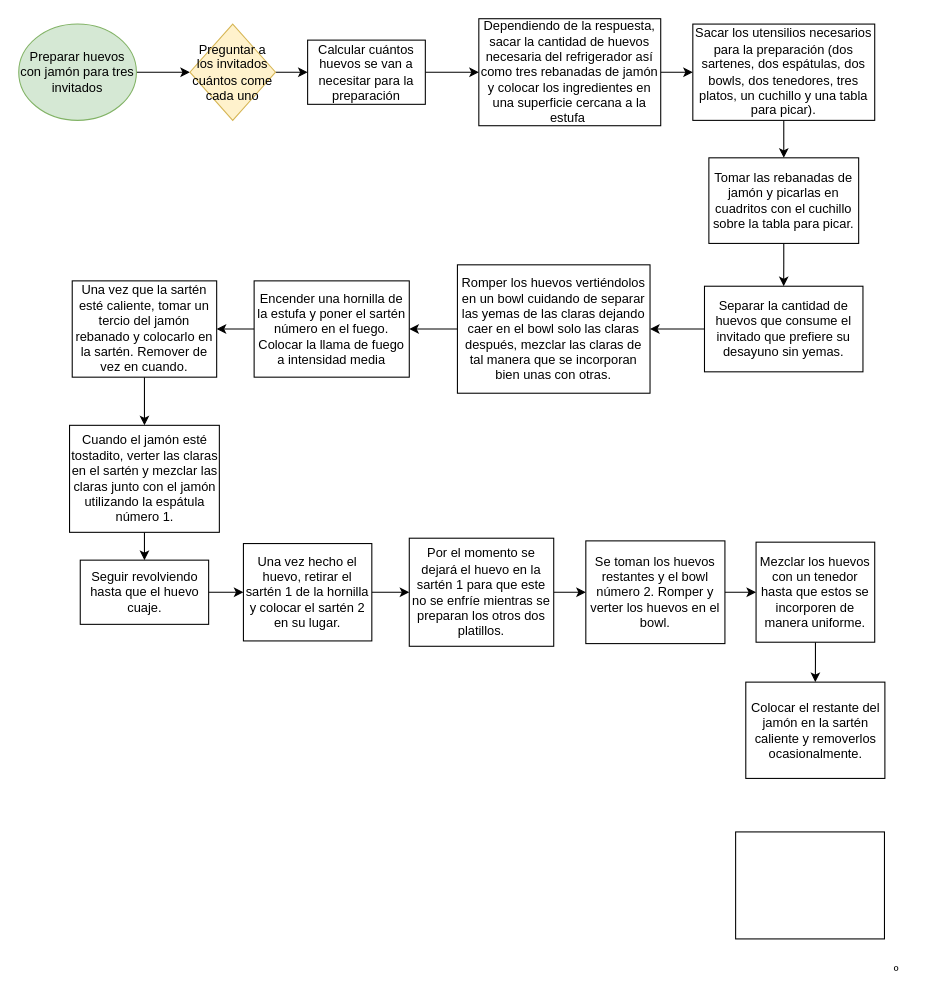
Before: Untitled Diagram.drawio in missphoneme/ejercicios-kodemia, a draw.io diagram. Source tidied: cells renumbered, new cells numbered last; positions are measured from the earlier drawing's top-left corner, leaving out a move shared by most shapes. Both pictures are drawn from the tidied source at 107%, with x=0, y=0 at pixel (18, 18).
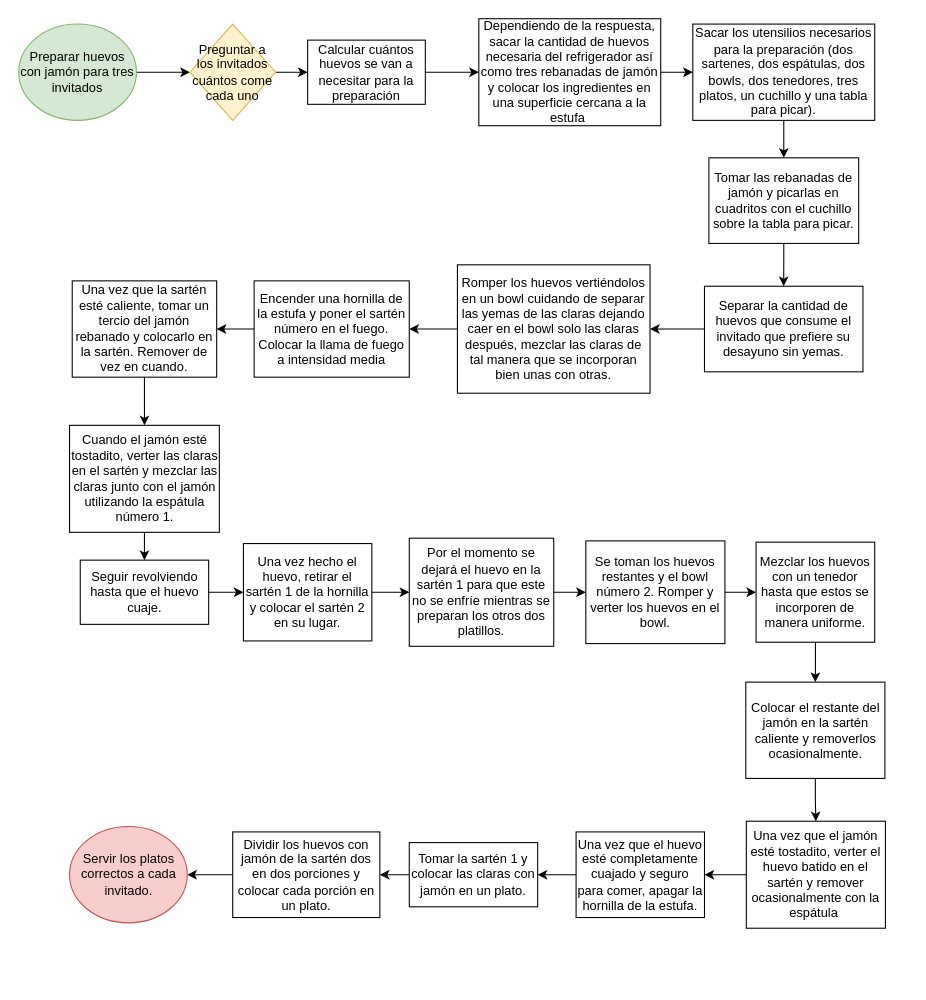
Above is the later version.

The change refers to these unchanged cells:
```xml
<mxCell id="35" value="Colocar el restante del jamón en la sartén caliente y removerlos ocasionalmente." style="rounded=0;whiteSpace=wrap;html=1;" parent="1" vertex="1">
  <mxGeometry x="679.5" y="620" width="130" height="90" as="geometry" />
</mxCell>
```

What changed in the source:
```diff
@@
-    <mxCell id="2" value="º" style="text;html=1;align=center;verticalAlign=middle;" parent="1" vertex="1">
-      <mxGeometry x="810" y="880" width="20" height="20" as="geometry" />
-    </mxCell>
@@
+    <mxCell id="37" style="edgeStyle=orthogonalEdgeStyle;rounded=0;jettySize=auto;html=1;entryX=0.5;entryY=0;entryDx=0;entryDy=0;" parent="1" edge="1" source="35" target="36">
+      <mxGeometry relative="1" as="geometry" />
+    </mxCell>
@@
+    <mxCell id="38" style="edgeStyle=orthogonalEdgeStyle;rounded=0;jettySize=auto;html=1;" parent="1" edge="1" source="36" target="40">
+      <mxGeometry relative="1" as="geometry" />
+    </mxCell>
-    <mxCell id="36" style="rounded=0;whiteSpace=wrap;html=1;" parent="1" vertex="1">
-      <mxGeometry x="670" y="760" width="139.1" height="100" as="geometry" />
+    <mxCell id="36" value="Una vez que el jamón esté tostadito, verter el huevo batido en el sartén y remover ocasionalmente con la espátula&amp;nbsp;" style="rounded=0;whiteSpace=wrap;html=1;" parent="1" vertex="1">
+      <mxGeometry x="680" y="750" width="130" height="100" as="geometry" />
     </mxCell>
+    <mxCell id="39" style="edgeStyle=orthogonalEdgeStyle;rounded=0;jettySize=auto;html=1;entryX=1;entryY=0.5;entryDx=0;entryDy=0;" parent="1" edge="1" source="40" target="42">
+      <mxGeometry relative="1" as="geometry" />
+    </mxCell>
+    <mxCell id="40" value="Una vez que el huevo esté completamente cuajado y seguro para comer, apagar la hornilla de la estufa." style="rounded=0;whiteSpace=wrap;html=1;" parent="1" vertex="1">
+      <mxGeometry x="520.9" y="760" width="120" height="80" as="geometry" />
+    </mxCell>
+    <mxCell id="41" style="edgeStyle=orthogonalEdgeStyle;rounded=0;jettySize=auto;html=1;" parent="1" edge="1" source="42" target="44">
+      <mxGeometry relative="1" as="geometry" />
+    </mxCell>
+    <mxCell id="42" value="Tomar la sartén 1 y colocar las claras con jamón en un plato." style="rounded=0;whiteSpace=wrap;html=1;" parent="1" vertex="1">
+      <mxGeometry x="365" y="770" width="120" height="60" as="geometry" />
+    </mxCell>
+    <mxCell id="43" style="edgeStyle=orthogonalEdgeStyle;rounded=0;jettySize=auto;html=1;" parent="1" edge="1" source="44" target="45">
+      <mxGeometry relative="1" as="geometry" />
+    </mxCell>
+    <mxCell id="44" value="Dividir los huevos con jamón de la sartén dos en dos porciones y colocar cada porción en un plato." style="rounded=0;whiteSpace=wrap;html=1;" parent="1" vertex="1">
+      <mxGeometry x="200" y="760" width="137.5" height="80" as="geometry" />
+    </mxCell>
+    <mxCell id="45" value="Servir los platos correctos a cada invitado." style="ellipse;whiteSpace=wrap;html=1;fillColor=#f8cecc;strokeColor=#b85450;" parent="1" vertex="1">
+      <mxGeometry x="47.5" y="755" width="110" height="90" as="geometry" />
+    </mxCell>
```
